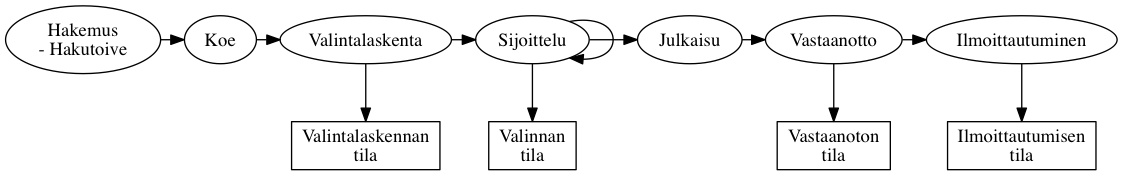
Opetushallitus/dokumentaatio keeps this Graphviz diagram as img/valintaprosessi.png. Above is the earlier version. Its source is kept beside it as dot/valintaprosessi.dot.
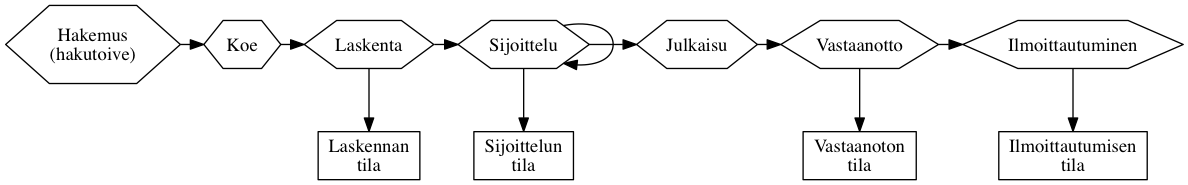
Above is the later version.

Commit message:
Valintalaskenta -> Laskenta, Valinta -> Sijoittelu

Change to the diagram source:
```diff
@@ -1,28 +1,23 @@
 digraph g {
   rankdir=TB;
-  node [shape=oval];
+  node [shape=hexagon];
 
   {
     rank=same;
-    Hakemus -> Koe -> Valintalaskenta -> Sijoittelu -> Julkaisu -> Vastaanotto -> Ilmoittautuminen;
+    Hakemus -> Koe -> Laskenta -> Sijoittelu -> Julkaisu -> Vastaanotto -> Ilmoittautuminen;
   }
 
   Sijoittelu -> Sijoittelu;
-  Valintalaskenta -> ValintalaskennanTila;
-  Sijoittelu -> ValinnanTila;
+  Laskenta -> LaskennanTila;
+  Sijoittelu -> SijoittelunTila;
   Vastaanotto -> VastaanotonTila;
   Ilmoittautuminen -> IlmoittautumisenTila;
-  subgraph cluster_valinta {
-    label="Valinta";
-    color=blue;
-    Valintalaskenta,Sijoittelu,Julkaisu,Vastaanotto;
-  }
 
-  Hakemus [label="Hakemus\n- Hakutoive"];
+  Hakemus [label="Hakemus\n(hakutoive)"];
   IlmoittautumisenTila [label="Ilmoittautumisen\ntila"];
   VastaanotonTila [label="Vastaanoton\ntila"];
-  ValinnanTila [label="Valinnan\ntila"];
-  ValintalaskennanTila [label="Valintalaskennan\ntila"];
+  SijoittelunTila [label="Sijoittelun\ntila"];
+  LaskennanTila [label="Laskennan\ntila"];
 
-  IlmoittautumisenTila,VastaanotonTila,ValinnanTila,ValintalaskennanTila [shape=box];
+  IlmoittautumisenTila, VastaanotonTila, SijoittelunTila, LaskennanTila [shape=box];
 }
```
